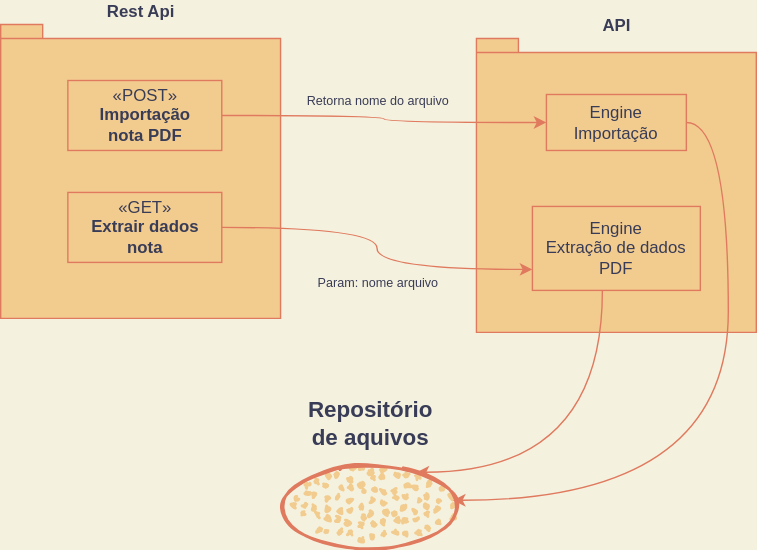
Earlier version of the draw.io export docs/fluxo-importacao.svg (Daivdson/irpf). Source tidied: cells renumbered, new cells last; positions are measured from the earlier drawing's top-left corner, leaving out a move shared by most shapes.
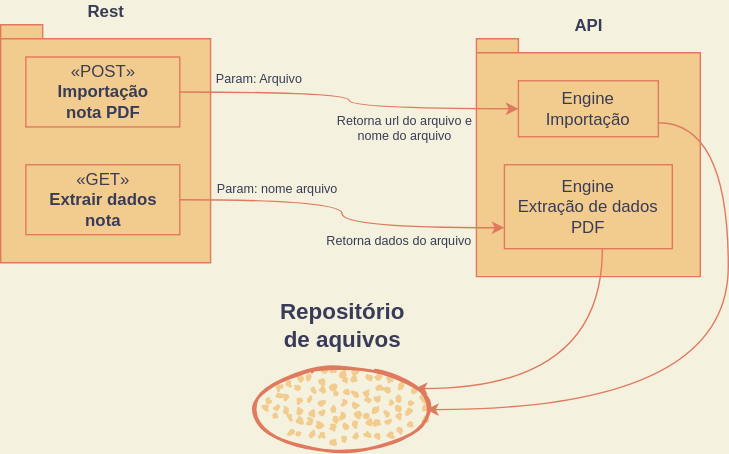
After the change.

Commit message:
Ajustando informações

Change to the diagram source:
```diff
@@ -3,55 +3,61 @@
     <mxCell id="0" />
     <mxCell id="1" parent="0" />
     <mxCell id="2" value="API" style="shape=folder;fontStyle=1;spacingTop=10;tabWidth=30;tabHeight=10;tabPosition=left;html=1;labelPosition=center;verticalLabelPosition=top;align=center;verticalAlign=bottom;fillColor=#F2CC8F;strokeColor=#E07A5F;fontColor=#393C56;" parent="1" vertex="1">
-      <mxGeometry x="340" y="10" width="200" height="210" as="geometry" />
+      <mxGeometry x="340" y="10" width="160" height="170" as="geometry" />
     </mxCell>
-    <mxCell id="3" value="Rest Api" style="shape=folder;fontStyle=1;spacingTop=10;tabWidth=30;tabHeight=10;tabPosition=left;html=1;labelPosition=center;verticalLabelPosition=top;align=center;verticalAlign=bottom;textDirection=rtl;fillColor=#F2CC8F;strokeColor=#E07A5F;fontColor=#393C56;" parent="1" vertex="1">
-      <mxGeometry width="200" height="210" as="geometry" />
+    <mxCell id="3" value="Rest" style="shape=folder;fontStyle=1;spacingTop=10;tabWidth=30;tabHeight=10;tabPosition=left;html=1;labelPosition=center;verticalLabelPosition=top;align=center;verticalAlign=bottom;textDirection=rtl;fillColor=#F2CC8F;strokeColor=#E07A5F;fontColor=#393C56;" parent="1" vertex="1">
+      <mxGeometry width="150" height="170" as="geometry" />
     </mxCell>
     <mxCell id="4" style="edgeStyle=orthogonalEdgeStyle;curved=1;rounded=0;jettySize=auto;html=1;fontSize=9;strokeColor=#E07A5F;fontColor=#393C56;labelBackgroundColor=#F4F1DE;" parent="1" edge="1" source="5" target="9">
       <mxGeometry relative="1" as="geometry" />
     </mxCell>
     <mxCell id="5" value="«POST»&lt;br&gt;&lt;b&gt;Importação&lt;br&gt;nota PDF&lt;br&gt;&lt;/b&gt;" style="html=1;fillColor=#F2CC8F;strokeColor=#E07A5F;fontColor=#393C56;" parent="1" vertex="1">
-      <mxGeometry x="48" y="40" width="110" height="50" as="geometry" />
+      <mxGeometry x="18" y="23" width="110" height="50" as="geometry" />
     </mxCell>
     <mxCell id="6" style="ellipse;whiteSpace=wrap;html=1;strokeWidth=2;fillWeight=2;hachureGap=8;fillColor=#F2CC8F;fillStyle=dots;sketch=1;strokeColor=#E07A5F;fontColor=#393C56;" parent="1" vertex="1">
-      <mxGeometry x="204" y="315" width="120" height="60" as="geometry" />
+      <mxGeometry x="184" y="245" width="120" height="60" as="geometry" />
     </mxCell>
     <mxCell id="7" value="&lt;div style=&quot;font-size: 16px&quot;&gt;&lt;font style=&quot;font-size: 16px&quot;&gt;Repositório&lt;/font&gt;&lt;/div&gt;&lt;div style=&quot;font-size: 16px&quot;&gt;&lt;font style=&quot;font-size: 16px&quot;&gt;de aquivos&lt;/font&gt;&lt;/div&gt;" style="text;strokeColor=none;fillColor=none;html=1;fontSize=24;fontStyle=1;verticalAlign=middle;align=center;strokeWidth=1;fontColor=#393C56;" parent="1" vertex="1">
-      <mxGeometry x="214" y="260" width="100" height="50" as="geometry" />
+      <mxGeometry x="194" y="190" width="100" height="50" as="geometry" />
     </mxCell>
     <mxCell id="8" style="edgeStyle=orthogonalEdgeStyle;rounded=0;jettySize=auto;html=1;fontSize=16;curved=1;strokeColor=#E07A5F;fontColor=#393C56;labelBackgroundColor=#F4F1DE;" parent="1" edge="1" source="9" target="6">
       <mxGeometry relative="1" as="geometry">
         <Array as="points">
           <mxPoint x="520" y="70" />
-          <mxPoint x="520" y="340" />
+          <mxPoint x="520" y="275" />
         </Array>
       </mxGeometry>
     </mxCell>
     <mxCell id="9" value="Engine&lt;br&gt;Importação" style="whiteSpace=wrap;html=1;fillColor=#F2CC8F;strokeColor=#E07A5F;fontColor=#393C56;" parent="1" vertex="1">
-      <mxGeometry x="390" y="50" width="100" height="40" as="geometry" />
+      <mxGeometry x="370" y="40" width="100" height="40" as="geometry" />
     </mxCell>
     <mxCell id="10" style="edgeStyle=orthogonalEdgeStyle;rounded=0;jettySize=auto;html=1;entryX=0;entryY=0.75;entryDx=0;entryDy=0;fontSize=16;curved=1;strokeColor=#E07A5F;fontColor=#393C56;labelBackgroundColor=#F4F1DE;" parent="1" edge="1" source="11" target="13">
       <mxGeometry relative="1" as="geometry" />
     </mxCell>
     <mxCell id="11" value="«GET»&lt;br&gt;&lt;div&gt;&lt;b&gt;Extrair dados&lt;/b&gt;&lt;/div&gt;&lt;div&gt;&lt;b&gt;nota&lt;br&gt;&lt;/b&gt;&lt;/div&gt;" style="html=1;fillColor=#F2CC8F;strokeColor=#E07A5F;fontColor=#393C56;" parent="1" vertex="1">
-      <mxGeometry x="48" y="120" width="110" height="50" as="geometry" />
+      <mxGeometry x="18" y="100" width="110" height="50" as="geometry" />
     </mxCell>
     <mxCell id="12" style="edgeStyle=orthogonalEdgeStyle;rounded=0;jettySize=auto;html=1;fontSize=16;curved=1;strokeColor=#E07A5F;fontColor=#393C56;labelBackgroundColor=#F4F1DE;" parent="1" edge="1" source="13" target="6">
       <mxGeometry relative="1" as="geometry">
         <Array as="points">
-          <mxPoint x="430" y="320" />
+          <mxPoint x="430" y="260" />
         </Array>
       </mxGeometry>
     </mxCell>
     <mxCell id="13" value="Engine&lt;br&gt;Extração de dados PDF" style="whiteSpace=wrap;html=1;fillColor=#F2CC8F;strokeColor=#E07A5F;fontColor=#393C56;" parent="1" vertex="1">
-      <mxGeometry x="380" y="130" width="120" height="60" as="geometry" />
+      <mxGeometry x="360" y="100" width="120" height="60" as="geometry" />
     </mxCell>
-    <mxCell id="14" value="Retorna nome do arquivo" style="text;html=1;strokeColor=none;fillColor=none;align=center;verticalAlign=middle;whiteSpace=wrap;rounded=0;fontSize=9;fontColor=#393C56;" parent="1" vertex="1">
-      <mxGeometry x="210" y="40" width="120" height="30" as="geometry" />
+    <mxCell id="14" value="Param: Arquivo" style="text;html=1;strokeColor=none;fillColor=none;align=center;verticalAlign=middle;whiteSpace=wrap;rounded=0;fontSize=9;fontColor=#393C56;" parent="1" vertex="1">
+      <mxGeometry x="125" y="24" width="120" height="30" as="geometry" />
     </mxCell>
     <mxCell id="15" value="Param: nome arquivo" style="text;html=1;strokeColor=none;fillColor=none;align=center;verticalAlign=middle;whiteSpace=wrap;rounded=0;fontSize=9;fontColor=#393C56;" parent="1" vertex="1">
-      <mxGeometry x="210" y="170" width="120" height="30" as="geometry" />
+      <mxGeometry x="138" y="103" width="120" height="30" as="geometry" />
     </mxCell>
+    <mxCell id="16" value="Retorna url do arquivo e nome do arquivo" style="text;html=1;strokeColor=none;fillColor=none;align=center;verticalAlign=middle;whiteSpace=wrap;rounded=0;fontSize=9;fontColor=#393C56;" parent="1" vertex="1">
+      <mxGeometry x="229" y="59" width="120" height="30" as="geometry" />
+    </mxCell>
+    <mxCell id="17" value="Retorna dados do arquivo" style="text;html=1;strokeColor=none;fillColor=none;align=center;verticalAlign=middle;whiteSpace=wrap;rounded=0;fontSize=9;fontColor=#393C56;" parent="1" vertex="1">
+      <mxGeometry x="225" y="140" width="120" height="30" as="geometry" />
+    </mxCell>
   </root>
 </mxGraphModel>
```
